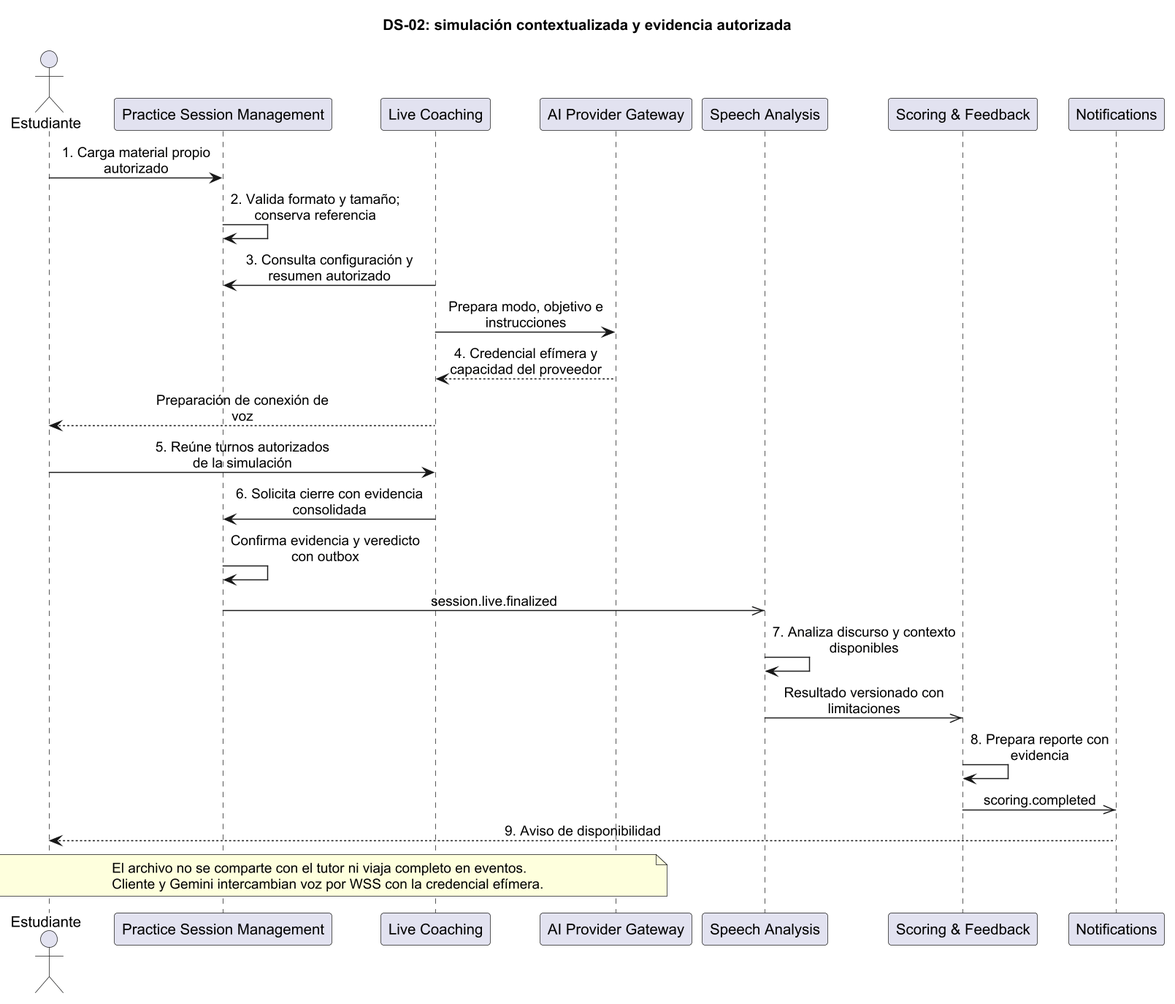
Earlier version of the PlantUML export assets/diagrams/c4/contextual-story-sequence.png (upc-pre-202620-si728-16365-thropic/talki-project-report).
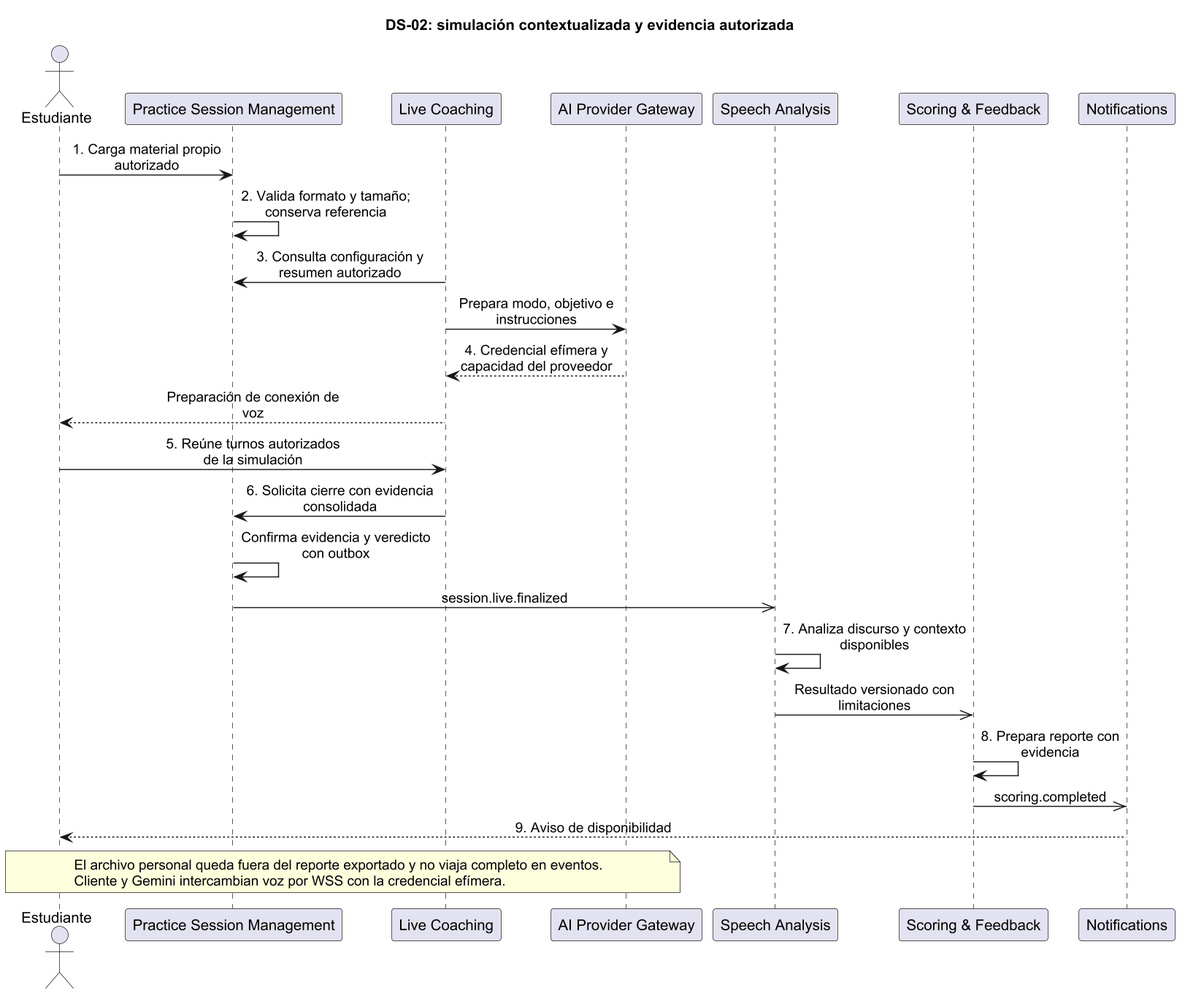
The same file after the commit.

Change to the diagram source:
```diff
@@ -27,7 +27,7 @@
 scoring ->> notices : scoring.completed
 notices --> student : 9. Aviso de disponibilidad
 note over student, ai
-El archivo no se comparte con el tutor ni viaja completo en eventos.
+El archivo personal queda fuera del reporte exportado y no viaja completo en eventos.
 Cliente y Gemini intercambian voz por WSS con la credencial efímera.
 end note
 @enduml
```
